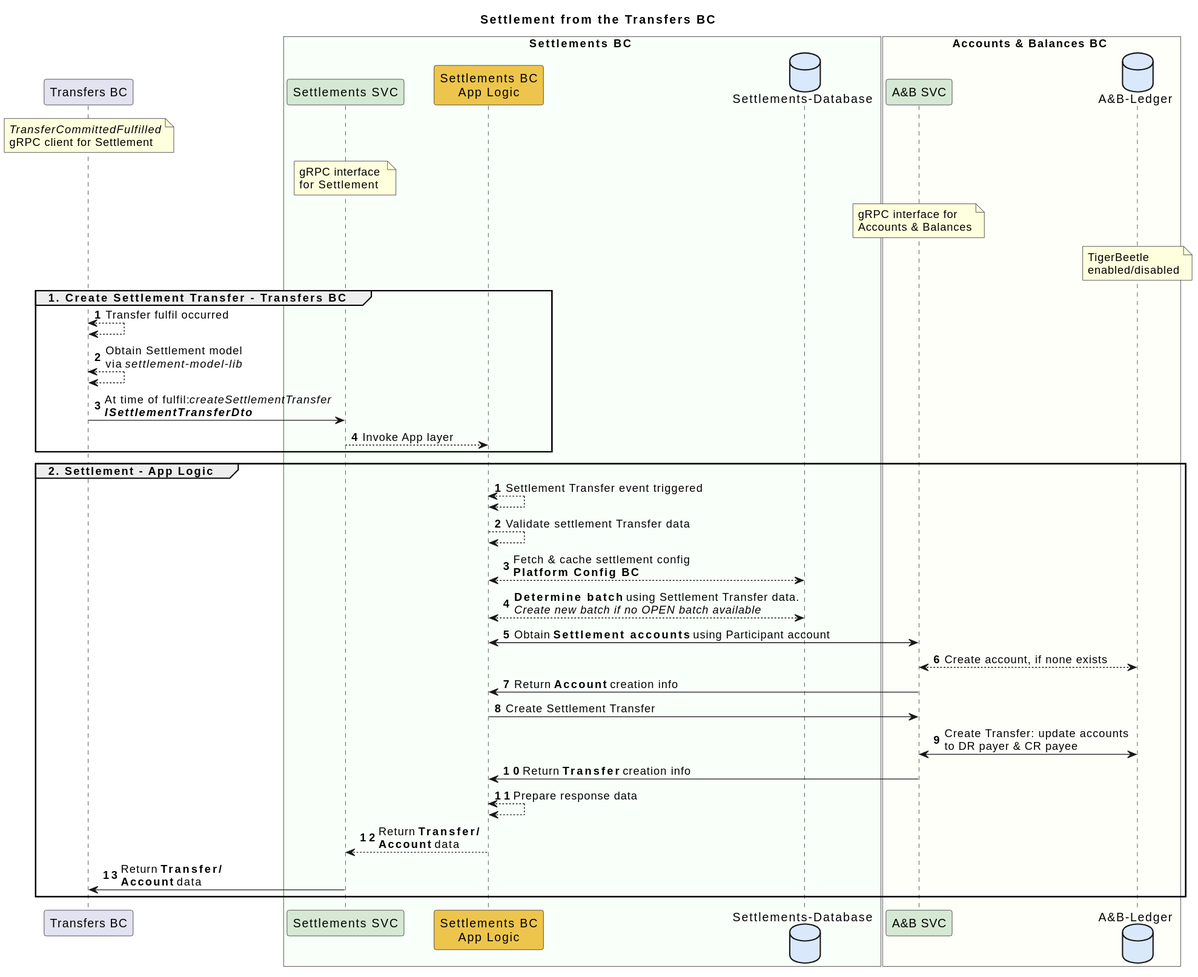
This is docs/flows/01-settlement-transfer-bc.svg from mojaloop/settlements-bc, a PlantUML export, as it was before one commit.
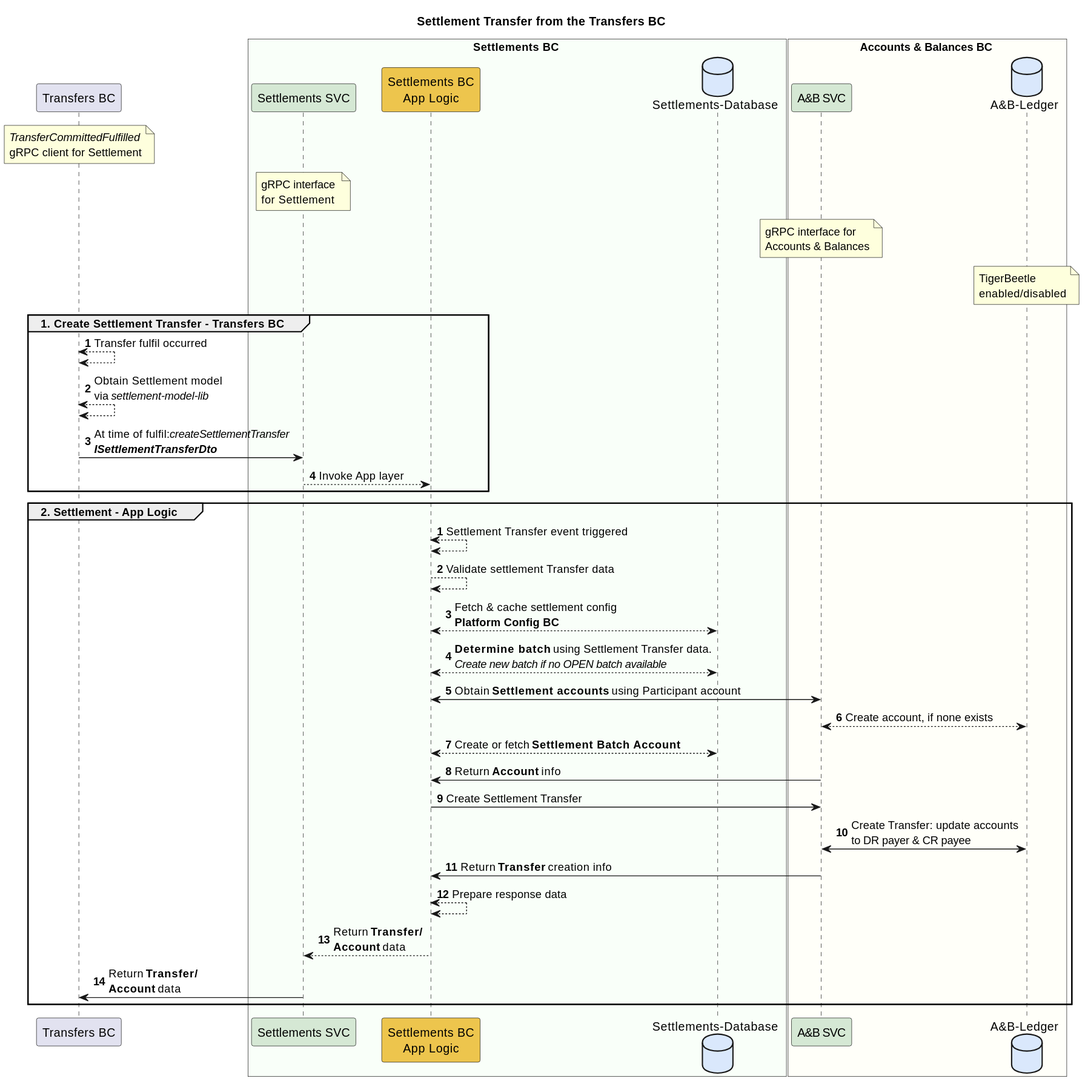
The same diagram one commit later.

The edit, as a diff of the source:
```diff
@@ -1,5 +1,5 @@
 @startuml
-title Settlement from the Transfers BC
+title Settlement Transfer from the Transfers BC
 
 participant "Transfers BC" as ext_transfers_bc
 note over ext_transfers_bc
@@ -46,7 +46,8 @@
     sbc_app_logic <--> sbc_db : **Determine batch** using Settlement Transfer data.\n//Create new batch if no OPEN batch available//
     sbc_app_logic <-> abbc_grpc : Obtain **Settlement accounts** using Participant account
     abbc_grpc <--> abbc_tigerbeetle : Create account, if none exists
-    abbc_grpc -> sbc_app_logic : Return **Account** creation info
+    sbc_app_logic <--> sbc_db : Create or fetch **Settlement Batch Account**
+    abbc_grpc -> sbc_app_logic : Return **Account** info
     sbc_app_logic -> abbc_grpc: Create Settlement Transfer
     abbc_grpc <-> abbc_tigerbeetle: Create Transfer: update accounts \nto DR payer & CR payee
     abbc_grpc -> sbc_app_logic : Return **Transfer** creation info
```
